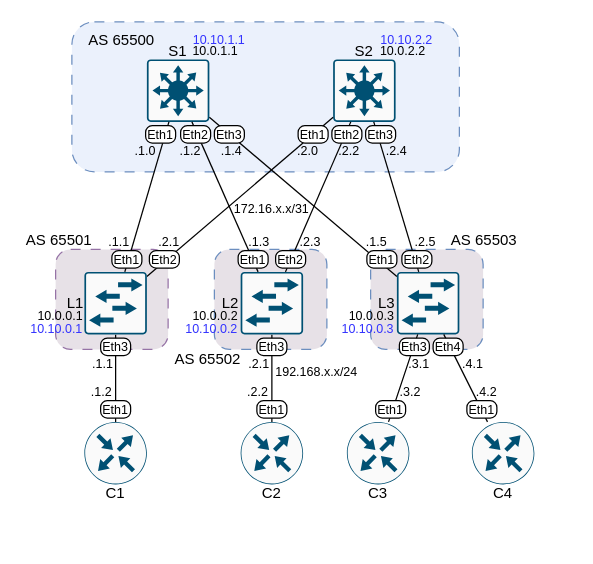
E-Mi-Zh/otus_dc_nets keeps this draw.io diagram as hw11/topology.drawio. Above is the earlier version. Source tidied: cells renumbered, new cells numbered last; positions are measured from the earlier drawing's top-left corner, leaving out a move shared by most shapes. Both pictures are drawn from the tidied source at 125%, with x=0, y=0 at pixel (21, 21).
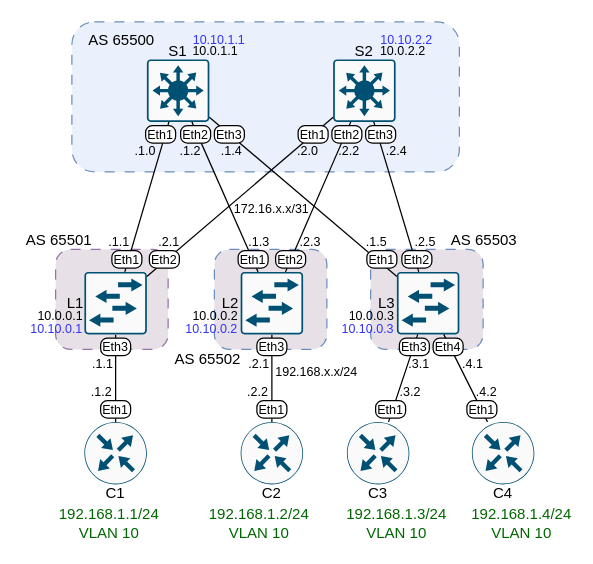
After the change.

What changed in the source:
```diff
@@
+    <mxCell id="95" value="192.168.1.1/24&lt;div&gt;VLAN 10&lt;/div&gt;" style="text;html=1;whiteSpace=wrap;strokeColor=none;fillColor=none;align=center;verticalAlign=middle;rounded=0;fontColor=#006600;" parent="88" vertex="1">
+      <mxGeometry x="40" y="386" width="60" height="30" as="geometry" />
+    </mxCell>
+    <mxCell id="96" value="192.168.1.2/24&lt;div&gt;VLAN 10&lt;/div&gt;" style="text;html=1;whiteSpace=wrap;strokeColor=none;fillColor=none;align=center;verticalAlign=middle;rounded=0;fontColor=#006600;" parent="88" vertex="1">
+      <mxGeometry x="160" y="386" width="60" height="30" as="geometry" />
+    </mxCell>
+    <mxCell id="97" value="192.168.1.3/24&lt;div&gt;VLAN 10&lt;/div&gt;" style="text;html=1;whiteSpace=wrap;strokeColor=none;fillColor=none;align=center;verticalAlign=middle;rounded=0;fontColor=#006600;" parent="88" vertex="1">
+      <mxGeometry x="270" y="386" width="60" height="30" as="geometry" />
+    </mxCell>
+    <mxCell id="98" value="192.168.1.4/24&lt;div&gt;VLAN 10&lt;/div&gt;" style="text;html=1;whiteSpace=wrap;strokeColor=none;fillColor=none;align=center;verticalAlign=middle;rounded=0;fontColor=#006600;" parent="88" vertex="1">
+      <mxGeometry x="370" y="386" width="60" height="30" as="geometry" />
+    </mxCell>
```
